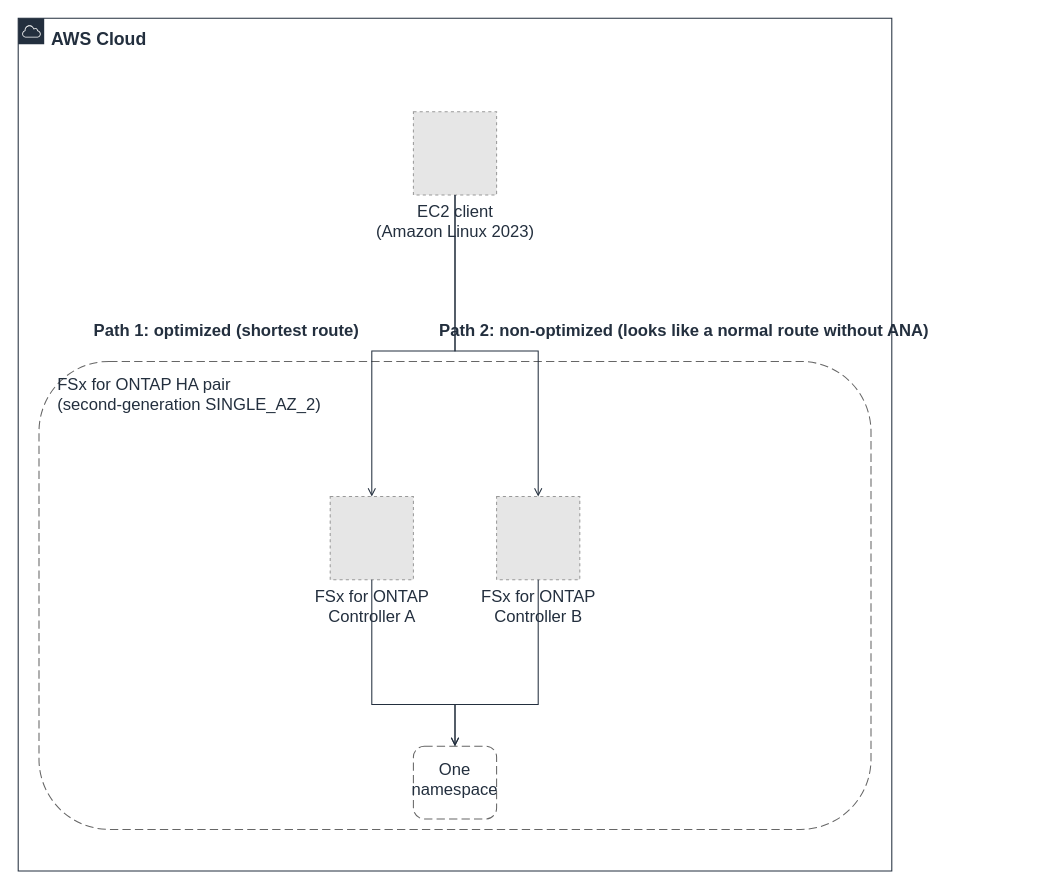
Yoshiki0705/S3-Burst-on-ONTAP-Files keeps this draw.io diagram as docs/_assets/diagrams/s3burst-block-b-multipath-en.drawio. Above is the earlier version. Source tidied: cells renumbered, new cells numbered last; positions are measured from the earlier drawing's top-left corner, leaving out a move shared by most shapes. Both pictures are drawn from the tidied source at 104%, with x=0, y=0 at pixel (18, 18). Pictures stored in the file or linked from it are replaced by grey dashed boxes.
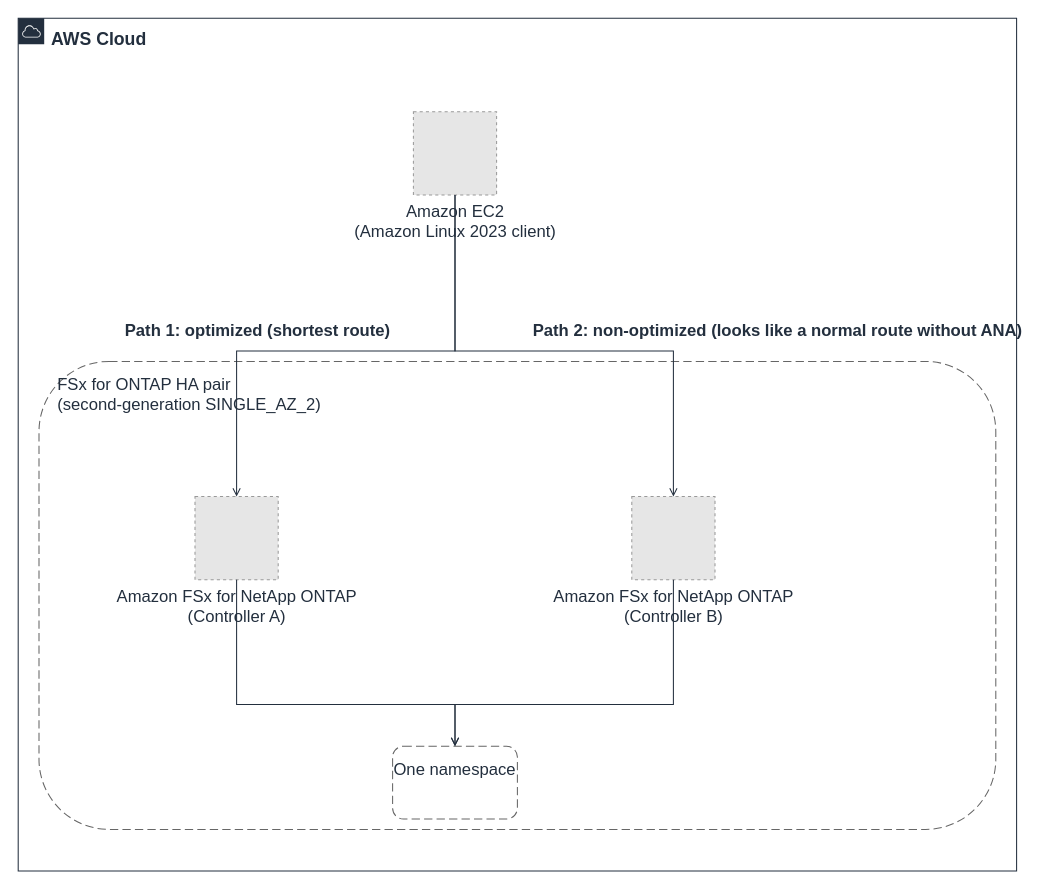
The same page after the edit.

The edit, as a diff of the source:
```diff
@@
     <mxCell id="2" value="AWS Cloud" style="gradientColor=none;html=1;whiteSpace=wrap;fontSize=17;fontStyle=1;fontColor=#232F3E;shape=mxgraph.aws4.group;grIcon=mxgraph.aws4.group_aws_cloud;strokeColor=#232F3E;fillColor=none;verticalAlign=top;align=left;spacingLeft=30;spacingTop=4;dashed=0;" parent="1" vertex="1">
-      <mxGeometry width="840" height="820" as="geometry" />
+      <mxGeometry width="960" height="820" as="geometry" />
     </mxCell>
     <mxCell id="3" value="FSx for ONTAP HA pair&#10;(second-generation SINGLE_AZ_2)" style="rounded=1;whiteSpace=wrap;html=1;dashed=1;dashPattern=8 4;strokeColor=#666666;fillColor=none;fontColor=#232F3E;fontSize=16;verticalAlign=top;align=left;spacingTop=6;spacingLeft=16;" parent="1" vertex="1">
-      <mxGeometry x="20" y="330" width="800" height="450" as="geometry" />
+      <mxGeometry x="20" y="330" width="920" height="450" as="geometry" />
     </mxCell>
     <mxCell id="4" value="One namespace" style="rounded=1;whiteSpace=wrap;html=1;dashed=1;dashPattern=8 4;strokeColor=#666666;fillColor=none;fontColor=#232F3E;fontSize=16;verticalAlign=top;align=center;spacingTop=6;" parent="1" vertex="1">
-      <mxGeometry x="380" y="700" width="80" height="70" as="geometry" />
+      <mxGeometry x="360" y="700" width="120" height="70" as="geometry" />
     </mxCell>
     <mxCell id="5" value="Path 1: optimized (shortest route)" style="text;html=1;strokeColor=none;fillColor=none;align=center;verticalAlign=middle;fontSize=16;fontStyle=1;fontColor=#232F3E;" parent="1" vertex="1">
-      <mxGeometry y="280" width="400" height="40" as="geometry" />
+      <mxGeometry y="280" width="460" height="40" as="geometry" />
     </mxCell>
     <mxCell id="6" value="Path 2: non-optimized (looks like a normal route without ANA)" style="text;html=1;strokeColor=none;fillColor=none;align=center;verticalAlign=middle;fontSize=16;fontStyle=1;fontColor=#232F3E;" parent="1" vertex="1">
-      <mxGeometry x="440" y="280" width="400" height="40" as="geometry" />
+      <mxGeometry x="500" y="280" width="460" height="40" as="geometry" />
     </mxCell>
-    <mxCell id="7" value="EC2 client&#10;(Amazon Linux 2023)" style="fillColor=#E6E6E6;strokeColor=#999999;dashed=1;html=1;verticalLabelPosition=bottom;verticalAlign=top;labelPosition=center;align=center;fontSize=16;fontColor=#232F3E;" parent="1" vertex="1">
+    <mxCell id="7" value="Amazon EC2&#10;(Amazon Linux 2023 client)" style="fillColor=#E6E6E6;strokeColor=#999999;dashed=1;html=1;verticalLabelPosition=bottom;verticalAlign=top;labelPosition=center;align=center;fontSize=16;fontColor=#232F3E;" parent="1" vertex="1">
       <mxGeometry x="380" y="90" width="80" height="80" as="geometry" />
     </mxCell>
-    <mxCell id="8" value="FSx for ONTAP&#10;Controller A" style="fillColor=#E6E6E6;strokeColor=#999999;dashed=1;html=1;verticalLabelPosition=bottom;verticalAlign=top;labelPosition=center;align=center;fontSize=16;fontColor=#232F3E;" parent="1" vertex="1">
-      <mxGeometry x="300" y="460" width="80" height="80" as="geometry" />
+    <mxCell id="8" value="Amazon FSx for NetApp ONTAP&#10;(Controller A)" style="fillColor=#E6E6E6;strokeColor=#999999;dashed=1;html=1;verticalLabelPosition=bottom;verticalAlign=top;labelPosition=center;align=center;fontSize=16;fontColor=#232F3E;" parent="1" vertex="1">
+      <mxGeometry x="170" y="460" width="80" height="80" as="geometry" />
     </mxCell>
-    <mxCell id="9" value="FSx for ONTAP&#10;Controller B" style="fillColor=#E6E6E6;strokeColor=#999999;dashed=1;html=1;verticalLabelPosition=bottom;verticalAlign=top;labelPosition=center;align=center;fontSize=16;fontColor=#232F3E;" parent="1" vertex="1">
-      <mxGeometry x="460" y="460" width="80" height="80" as="geometry" />
+    <mxCell id="9" value="Amazon FSx for NetApp ONTAP&#10;(Controller B)" style="fillColor=#E6E6E6;strokeColor=#999999;dashed=1;html=1;verticalLabelPosition=bottom;verticalAlign=top;labelPosition=center;align=center;fontSize=16;fontColor=#232F3E;" parent="1" vertex="1">
+      <mxGeometry x="590" y="460" width="80" height="80" as="geometry" />
     </mxCell>
     <mxCell id="10" style="edgeStyle=orthogonalEdgeStyle;rounded=0;html=1;endArrow=open;endFill=0;strokeColor=#232F3E;strokeWidth=1;fontSize=16;fontColor=#232F3E;exitX=0.5;exitY=1.0;exitDx=0;exitDy=0;entryX=0.5;entryY=0.0;entryDx=0;entryDy=0;" parent="1" edge="1" source="7" target="8">
       <mxGeometry relative="1" as="geometry">
         <Array as="points">
           <mxPoint x="420" y="320" />
-          <mxPoint x="340" y="320" />
+          <mxPoint x="210" y="320" />
         </Array>
       </mxGeometry>
     </mxCell>
     <mxCell id="11" style="edgeStyle=orthogonalEdgeStyle;rounded=0;html=1;endArrow=open;endFill=0;strokeColor=#232F3E;strokeWidth=1;fontSize=16;fontColor=#232F3E;exitX=0.5;exitY=1.0;exitDx=0;exitDy=0;entryX=0.5;entryY=0.0;entryDx=0;entryDy=0;" parent="1" edge="1" source="7" target="9">
       <mxGeometry relative="1" as="geometry">
         <Array as="points">
           <mxPoint x="420" y="320" />
-          <mxPoint x="500" y="320" />
+          <mxPoint x="630" y="320" />
         </Array>
       </mxGeometry>
     </mxCell>
     <mxCell id="12" style="edgeStyle=orthogonalEdgeStyle;rounded=0;html=1;endArrow=open;endFill=0;strokeColor=#232F3E;strokeWidth=1;fontSize=16;fontColor=#232F3E;exitX=0.5;exitY=1.0;exitDx=0;exitDy=0;entryX=0.5;entryY=0.0;entryDx=0;entryDy=0;" parent="1" edge="1" source="8" target="4">
       <mxGeometry relative="1" as="geometry">
         <Array as="points">
-          <mxPoint x="340" y="660" />
+          <mxPoint x="210" y="660" />
           <mxPoint x="420" y="660" />
         </Array>
       </mxGeometry>
     </mxCell>
     <mxCell id="13" style="edgeStyle=orthogonalEdgeStyle;rounded=0;html=1;endArrow=open;endFill=0;strokeColor=#232F3E;strokeWidth=1;fontSize=16;fontColor=#232F3E;exitX=0.5;exitY=1.0;exitDx=0;exitDy=0;entryX=0.5;entryY=0.0;entryDx=0;entryDy=0;" parent="1" edge="1" source="9" target="4">
       <mxGeometry relative="1" as="geometry">
         <Array as="points">
-          <mxPoint x="500" y="660" />
+          <mxPoint x="630" y="660" />
           <mxPoint x="420" y="660" />
         </Array>
       </mxGeometry>
     </mxCell>
```
